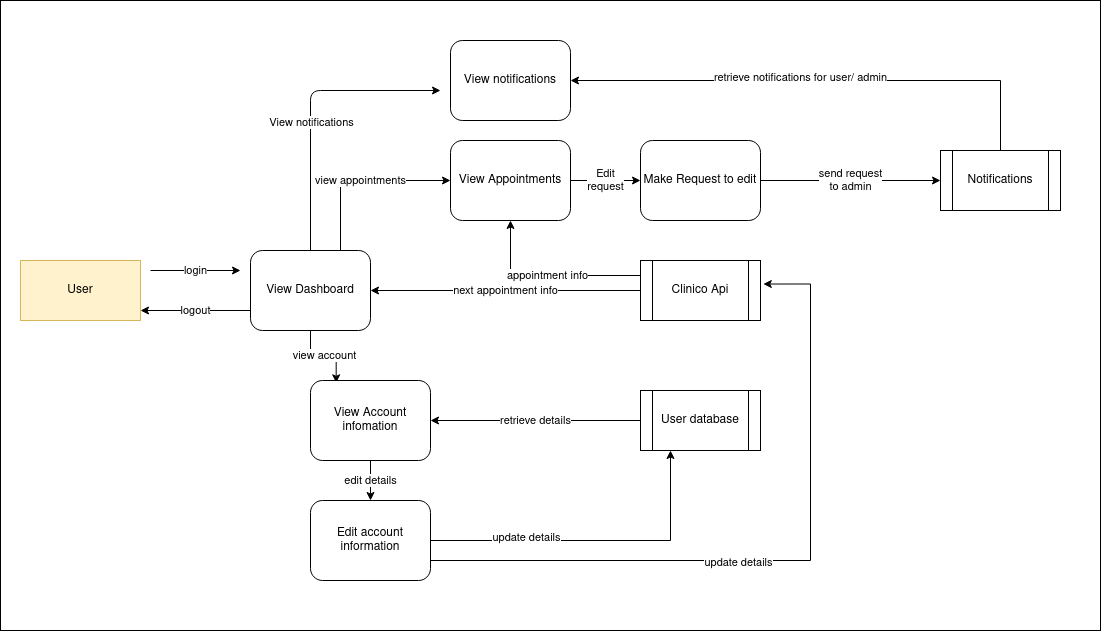
cmccaww/MERN_app_planning keeps this draw.io diagram as docs/MERN_dataflow.png. Above is the earlier version. Source tidied: cells renumbered, new cells last; positions are measured from the earlier drawing's top-left corner, leaving out a move shared by most shapes.
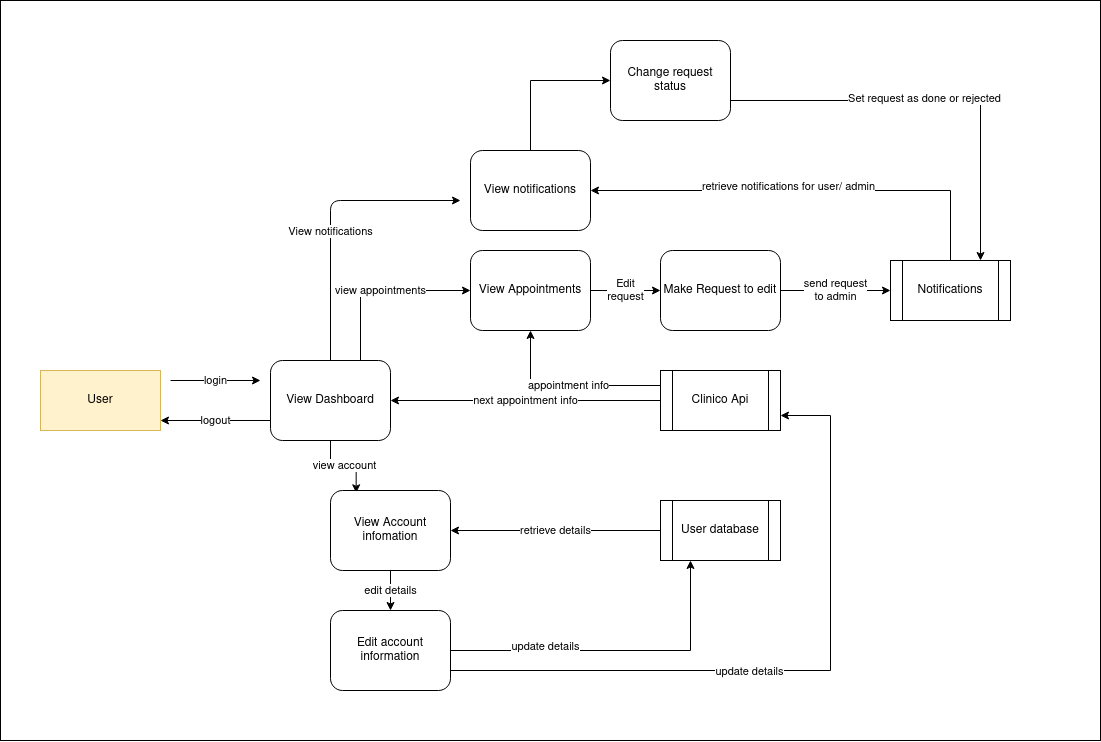
Above is the later version.

Commit message:
update dataflow diagram

Change to the diagram source:
```diff
@@ -3,7 +3,7 @@
     <mxCell id="0" />
     <mxCell id="1" parent="0" />
     <mxCell id="2" style="rounded=0;whiteSpace=wrap;html=1;verticalAlign=middle;" parent="1" vertex="1">
-      <mxGeometry width="1100" height="630" as="geometry" />
+      <mxGeometry x="-20" y="-110" width="1100" height="740" as="geometry" />
     </mxCell>
     <mxCell id="3" value="&lt;div&gt;User&lt;/div&gt;" style="rounded=0;whiteSpace=wrap;html=1;fillColor=#fff2cc;strokeColor=#d6b656;" parent="1" vertex="1">
       <mxGeometry x="20" y="260" width="120" height="60" as="geometry" />
@@ -56,11 +56,11 @@
     <mxCell id="19" value="update details" style="edgeLabel;html=1;align=center;verticalAlign=middle;" parent="18" vertex="1">
       <mxGeometry x="-0.42" y="4" relative="1" as="geometry" />
     </mxCell>
-    <mxCell id="20" style="edgeStyle=orthogonalEdgeStyle;rounded=0;jettySize=auto;html=1;exitX=1;exitY=0.75;exitDx=0;exitDy=0;entryX=1.023;entryY=0.392;entryDx=0;entryDy=0;entryPerimeter=0;" parent="1" edge="1" source="22" target="8">
+    <mxCell id="20" style="edgeStyle=orthogonalEdgeStyle;rounded=0;jettySize=auto;html=1;exitX=1;exitY=0.75;exitDx=0;exitDy=0;entryX=1;entryY=0.75;entryDx=0;entryDy=0;" parent="1" edge="1" source="22" target="8">
       <mxGeometry relative="1" as="geometry">
         <Array as="points">
           <mxPoint x="810" y="560" />
-          <mxPoint x="810" y="284" />
+          <mxPoint x="810" y="305" />
         </Array>
       </mxGeometry>
     </mxCell>
@@ -89,8 +89,11 @@
       <mxGeometry x="0.08" y="-4" relative="1" as="geometry" />
     </mxCell>
     <mxCell id="27" value="Notifications" style="shape=process;whiteSpace=wrap;html=1;backgroundOutline=1;" parent="1" vertex="1">
-      <mxGeometry x="940" y="150" width="120" height="60" as="geometry" />
+      <mxGeometry x="870" y="150" width="120" height="60" as="geometry" />
     </mxCell>
+    <mxCell id="31" style="edgeStyle=orthogonalEdgeStyle;rounded=0;jettySize=auto;html=1;exitX=0.5;exitY=0;exitDx=0;exitDy=0;entryX=0;entryY=0.5;entryDx=0;entryDy=0;" parent="1" edge="1" source="28" target="34">
+      <mxGeometry relative="1" as="geometry" />
+    </mxCell>
     <mxCell id="28" value="&lt;div&gt;View notifications&lt;br&gt;&lt;/div&gt;" style="rounded=1;whiteSpace=wrap;html=1;" parent="1" vertex="1">
       <mxGeometry x="450" y="40" width="120" height="80" as="geometry" />
     </mxCell>
@@ -105,5 +108,14 @@
     <mxCell id="30" value="View notifications" style="edgeLabel;html=1;align=center;verticalAlign=middle;" parent="29" vertex="1">
       <mxGeometry x="-0.11" relative="1" as="geometry" />
     </mxCell>
+    <mxCell id="32" style="edgeStyle=orthogonalEdgeStyle;rounded=0;jettySize=auto;html=1;exitX=1;exitY=0.75;exitDx=0;exitDy=0;entryX=0.75;entryY=0;entryDx=0;entryDy=0;" parent="1" edge="1" source="34" target="27">
+      <mxGeometry relative="1" as="geometry" />
+    </mxCell>
+    <mxCell id="33" value="Set request as done or rejected" style="edgeLabel;html=1;align=center;verticalAlign=middle;" parent="32" vertex="1">
+      <mxGeometry x="-0.06" y="2" relative="1" as="geometry" />
+    </mxCell>
+    <mxCell id="34" value="Change request status" style="rounded=1;whiteSpace=wrap;html=1;" parent="1" vertex="1">
+      <mxGeometry x="590" y="-70" width="120" height="80" as="geometry" />
+    </mxCell>
   </root>
 </mxGraphModel>
```
